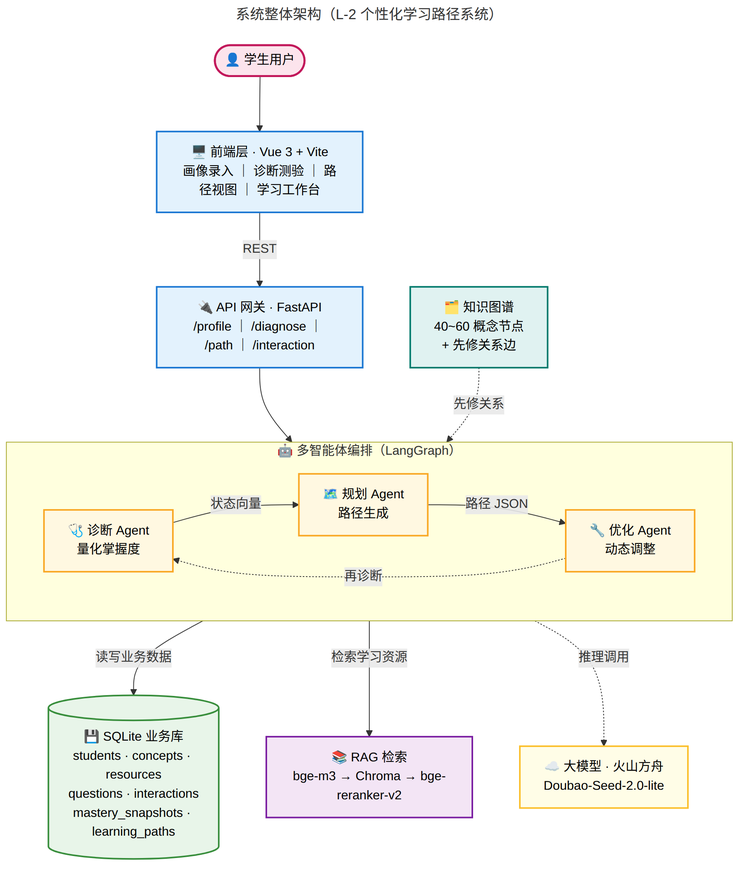
Before: docs/images/系统架构.png, a diagram exported from Mermaid (haloZh/ai-learning-path). Its source is kept beside it as docs/diagrams/系统架构.mmd. The source it was exported from:
```mermaid
---
title: 系统整体架构（L-2 个性化学习路径系统）
---
%%{init: {'flowchart': {'curve': 'basis', 'nodeSpacing': 60, 'rankSpacing': 70}}}%%
flowchart TD

    User(["👤 学生用户"])
    User --> FE
    FE["🖥️ 前端层 · Vue 3 + Vite<br/>画像录入 ｜ 诊断测验 ｜ 路径视图 ｜ 学习工作台"]
    FE -->|REST| API
    API["🔌 API 网关 · FastAPI<br/>/profile ｜ /diagnose ｜ /path ｜ /interaction"]
    API --> AGENT

    subgraph AGENT["🤖 多智能体编排（LangGraph）"]
        direction LR
        A1["🩺 诊断 Agent<br/>量化掌握度"]
        A2["🗺️ 规划 Agent<br/>路径生成"]
        A3["🔧 优化 Agent<br/>动态调整"]
        A1 -->|状态向量| A2
        A2 -->|路径 JSON| A3
        A3 -.->|再诊断| A1
    end

    AGENT -->|读写业务数据| DB
    AGENT -->|检索学习资源| RAG
    AGENT -.->|推理调用| LLM
    KB -.->|先修关系| AGENT

    DB[("💾 SQLite 业务库<br/>students · concepts · resources<br/>questions · interactions<br/>mastery_snapshots · learning_paths")]

    RAG["📚 RAG 检索<br/>bge-m3 → Chroma → bge-reranker-v2"]

    LLM["☁️ 大模型 · 火山方舟<br/>Doubao-Seed-2.0-lite"]

    KB["🗂️ 知识图谱<br/>40~60 概念节点<br/>+ 先修关系边"]

    classDef user fill:#fce4ec,stroke:#c2185b,stroke-width:2.5px,color:#000;
    classDef layer fill:#e3f2fd,stroke:#1976d2,stroke-width:2px,color:#000;
    classDef agent fill:#fff8e1,stroke:#f9a825,stroke-width:2px,color:#000;
    classDef db fill:#e8f5e9,stroke:#388e3c,stroke-width:2px,color:#000;
    classDef rag fill:#f3e5f5,stroke:#7b1fa2,stroke-width:2px,color:#000;
    classDef llm fill:#fffde7,stroke:#fbc02d,stroke-width:2px,color:#000;
    classDef kb fill:#e0f2f1,stroke:#00796b,stroke-width:2px,color:#000;

    class User user;
    class FE,API layer;
    class A1,A2,A3 agent;
    class DB db;
    class RAG rag;
    class LLM llm;
    class KB kb;
```
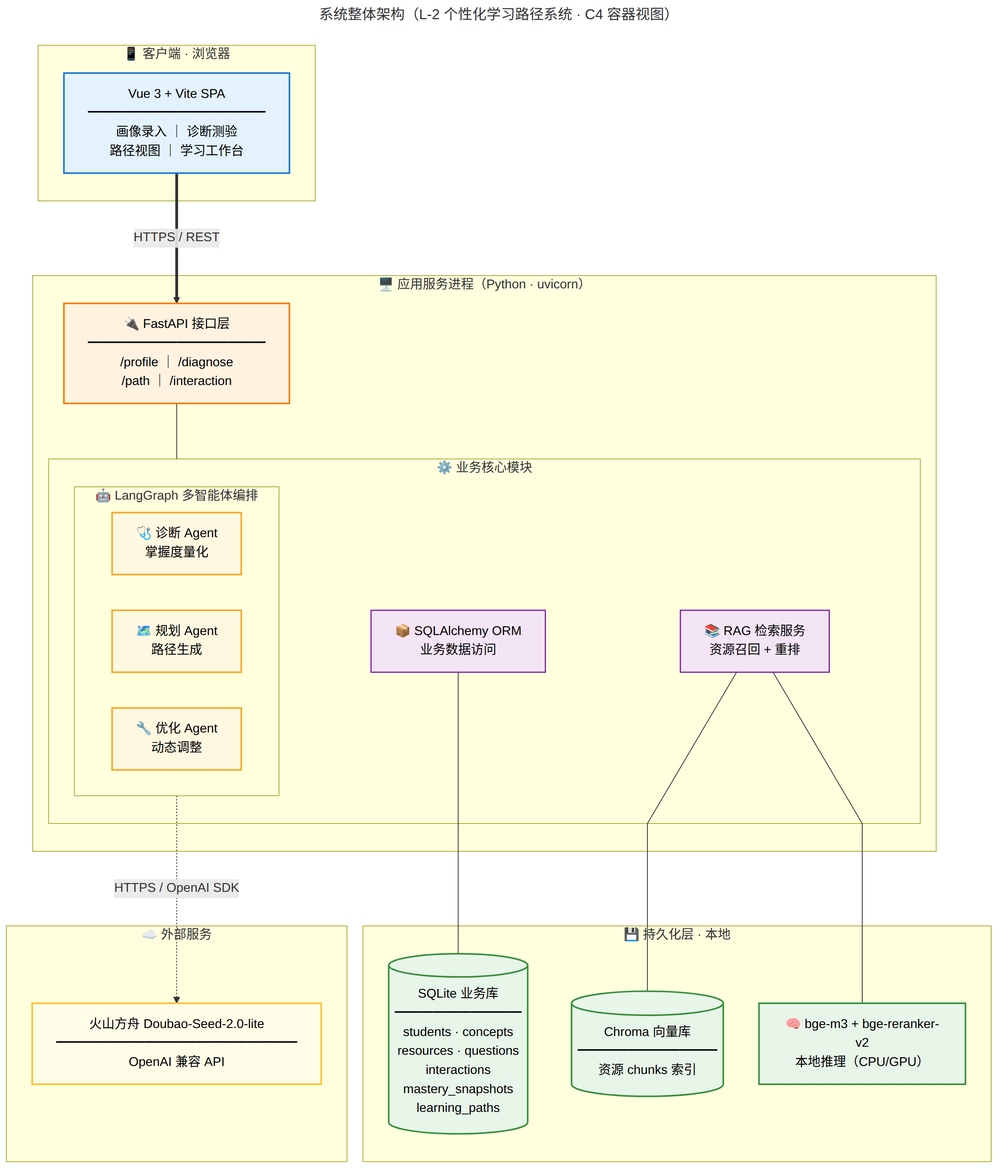
After the commit.

Commit message:
docs: 升级架构图为 C4 容器视图，区分静态架构与动态工作流

Change to the diagram source:
```diff
@@ -1,51 +1,62 @@
 ---
-title: 系统整体架构（L-2 个性化学习路径系统）
+title: 系统整体架构（L-2 个性化学习路径系统 · C4 容器视图）
 ---
-%%{init: {'flowchart': {'curve': 'basis', 'nodeSpacing': 60, 'rankSpacing': 70}}}%%
-flowchart TD
+%%{init: {'flowchart': {'curve': 'linear', 'nodeSpacing': 45, 'rankSpacing': 70}}}%%
+flowchart TB
 
-    User(["👤 学生用户"])
-    User --> FE
-    FE["🖥️ 前端层 · Vue 3 + Vite<br/>画像录入 ｜ 诊断测验 ｜ 路径视图 ｜ 学习工作台"]
-    FE -->|REST| API
-    API["🔌 API 网关 · FastAPI<br/>/profile ｜ /diagnose ｜ /path ｜ /interaction"]
-    API --> AGENT
-
-    subgraph AGENT["🤖 多智能体编排（LangGraph）"]
-        direction LR
-        A1["🩺 诊断 Agent<br/>量化掌握度"]
-        A2["🗺️ 规划 Agent<br/>路径生成"]
-        A3["🔧 优化 Agent<br/>动态调整"]
-        A1 -->|状态向量| A2
-        A2 -->|路径 JSON| A3
-        A3 -.->|再诊断| A1
+    subgraph CLIENT["📱 客户端 · 浏览器"]
+        Vue["Vue 3 + Vite SPA<br/>━━━━━━━━━━━━━━<br/>画像录入 ｜ 诊断测验<br/>路径视图 ｜ 学习工作台"]
     end
 
-    AGENT -->|读写业务数据| DB
-    AGENT -->|检索学习资源| RAG
-    AGENT -.->|推理调用| LLM
-    KB -.->|先修关系| AGENT
+    subgraph APP["🖥️ 应用服务进程（Python · uvicorn）"]
+        direction TB
 
-    DB[("💾 SQLite 业务库<br/>students · concepts · resources<br/>questions · interactions<br/>mastery_snapshots · learning_paths")]
+        API["🔌 FastAPI 接口层<br/>━━━━━━━━━━━━━━<br/>/profile ｜ /diagnose<br/>/path ｜ /interaction"]
 
-    RAG["📚 RAG 检索<br/>bge-m3 → Chroma → bge-reranker-v2"]
+        subgraph CORE["⚙️ 业务核心模块"]
+            direction TB
 
-    LLM["☁️ 大模型 · 火山方舟<br/>Doubao-Seed-2.0-lite"]
+            subgraph AGENTS["🤖 LangGraph 多智能体编排"]
+                direction LR
+                A1["🩺 诊断 Agent<br/>掌握度量化"]
+                A2["🗺️ 规划 Agent<br/>路径生成"]
+                A3["🔧 优化 Agent<br/>动态调整"]
+            end
 
-    KB["🗂️ 知识图谱<br/>40~60 概念节点<br/>+ 先修关系边"]
+            ORM["📦 SQLAlchemy ORM<br/>业务数据访问"]
+            RAGSV["📚 RAG 检索服务<br/>资源召回 + 重排"]
+        end
 
-    classDef user fill:#fce4ec,stroke:#c2185b,stroke-width:2.5px,color:#000;
-    classDef layer fill:#e3f2fd,stroke:#1976d2,stroke-width:2px,color:#000;
+        API --- CORE
+    end
+
+    subgraph DATA["💾 持久化层 · 本地"]
+        direction LR
+        DB[("SQLite 业务库<br/>━━━━━━━━━━<br/>students · concepts<br/>resources · questions<br/>interactions<br/>mastery_snapshots<br/>learning_paths")]
+        VEC[("Chroma 向量库<br/>━━━━━━━━━━━<br/>资源 chunks 索引")]
+        EMB["🧠 bge-m3 + bge-reranker-v2<br/>本地推理（CPU/GPU）"]
+    end
+
+    subgraph EXT["☁️ 外部服务"]
+        LLM["火山方舟 Doubao-Seed-2.0-lite<br/>━━━━━━━━━━━━━━━━━━━<br/>OpenAI 兼容 API"]
+    end
+
+    Vue ==>|HTTPS / REST| API
+    ORM --- DB
+    RAGSV --- VEC
+    RAGSV --- EMB
+    AGENTS -.->|HTTPS / OpenAI SDK| LLM
+
+    classDef client fill:#e3f2fd,stroke:#1976d2,stroke-width:2px,color:#000;
+    classDef api fill:#fff3e0,stroke:#f57c00,stroke-width:2px,color:#000;
     classDef agent fill:#fff8e1,stroke:#f9a825,stroke-width:2px,color:#000;
-    classDef db fill:#e8f5e9,stroke:#388e3c,stroke-width:2px,color:#000;
-    classDef rag fill:#f3e5f5,stroke:#7b1fa2,stroke-width:2px,color:#000;
-    classDef llm fill:#fffde7,stroke:#fbc02d,stroke-width:2px,color:#000;
-    classDef kb fill:#e0f2f1,stroke:#00796b,stroke-width:2px,color:#000;
+    classDef svc fill:#f3e5f5,stroke:#7b1fa2,stroke-width:1.5px,color:#000;
+    classDef data fill:#e8f5e9,stroke:#388e3c,stroke-width:2px,color:#000;
+    classDef ext fill:#fffde7,stroke:#fbc02d,stroke-width:2px,color:#000;
 
-    class User user;
-    class FE,API layer;
+    class Vue client;
+    class API api;
     class A1,A2,A3 agent;
-    class DB db;
-    class RAG rag;
-    class LLM llm;
-    class KB kb;
+    class ORM,RAGSV svc;
+    class DB,VEC,EMB data;
+    class LLM ext;
```
